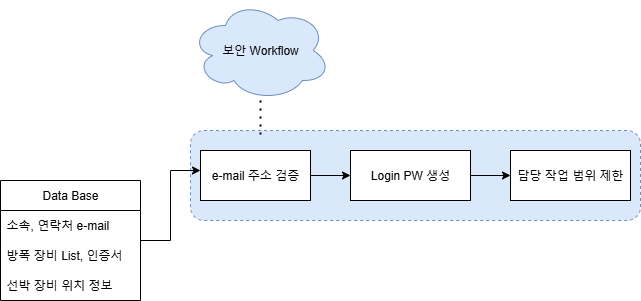
Above: workflow/1013.drawio.png in HD-Jinyeong/my_flask_app (draw.io), before the change. Source tidied: cells renumbered, new cells last; positions are measured from the earlier drawing's top-left corner, leaving out a move shared by most shapes. Its diagram source:
```xml
<mxGraphModel>
  <root>
    <mxCell id="0" />
    <mxCell id="1" parent="0" />
    <mxCell id="2" style="rounded=1;whiteSpace=wrap;html=1;fillColor=#dae8fc;strokeColor=#6c8ebf;dashed=1;" parent="1" vertex="1">
      <mxGeometry x="190" y="130" width="450" height="90" as="geometry" />
    </mxCell>
    <mxCell id="3" style="edgeStyle=orthogonalEdgeStyle;rounded=0;jettySize=auto;html=1;" parent="1" edge="1" source="4" target="6">
      <mxGeometry relative="1" as="geometry" />
    </mxCell>
    <mxCell id="4" value="e-mail 주소 검증" style="rounded=0;whiteSpace=wrap;html=1;" parent="1" vertex="1">
      <mxGeometry x="200" y="150" width="110" height="50" as="geometry" />
    </mxCell>
    <mxCell id="5" style="edgeStyle=orthogonalEdgeStyle;rounded=0;jettySize=auto;html=1;" parent="1" edge="1" source="6" target="7">
      <mxGeometry relative="1" as="geometry" />
    </mxCell>
    <mxCell id="6" value="Login PW 생성" style="whiteSpace=wrap;html=1;rounded=0;" parent="1" vertex="1">
      <mxGeometry x="350" y="150" width="120" height="50" as="geometry" />
    </mxCell>
    <mxCell id="7" value="담당 작업 범위 제한" style="whiteSpace=wrap;html=1;rounded=0;" parent="1" vertex="1">
      <mxGeometry x="510" y="150" width="120" height="50" as="geometry" />
    </mxCell>
    <mxCell id="8" value="보안 Workflow" style="ellipse;shape=cloud;whiteSpace=wrap;html=1;fillColor=#dae8fc;strokeColor=#6c8ebf;" parent="1" vertex="1">
      <mxGeometry x="190" width="140" height="100" as="geometry" />
    </mxCell>
    <mxCell id="9" style="endArrow=none;dashed=1;html=1;dashPattern=1 3;strokeWidth=2;rounded=0;" parent="1" edge="1" source="8">
      <mxGeometry relative="1" as="geometry">
        <mxPoint x="260" y="140" as="targetPoint" />
      </mxGeometry>
    </mxCell>
    <mxCell id="10" style="edgeStyle=orthogonalEdgeStyle;rounded=0;jettySize=auto;html=1;" parent="1" edge="1" source="11" target="4">
      <mxGeometry relative="1" as="geometry">
        <Array as="points">
          <mxPoint x="170" y="240" />
          <mxPoint x="170" y="170" />
        </Array>
      </mxGeometry>
    </mxCell>
    <mxCell id="11" value="Data Base" style="swimlane;fontStyle=0;horizontal=1;startSize=30;whiteSpace=wrap;html=1;" parent="1" vertex="1">
      <mxGeometry y="180" width="140" height="120" as="geometry" />
    </mxCell>
    <mxCell id="12" value="소속, 연락처 e-mail" style="text;strokeColor=none;fillColor=none;align=left;verticalAlign=middle;spacingLeft=4;spacingRight=4;overflow=hidden;points=[[0,0.5],[1,0.5]];portConstraint=eastwest;whiteSpace=wrap;html=1;" parent="11" vertex="1">
      <mxGeometry y="30" width="140" height="30" as="geometry" />
    </mxCell>
    <mxCell id="13" value="방폭 장비 List, 인증서" style="text;strokeColor=none;fillColor=none;align=left;verticalAlign=middle;spacingLeft=4;spacingRight=4;overflow=hidden;whiteSpace=wrap;html=1;" parent="11" vertex="1">
      <mxGeometry y="60" width="140" height="30" as="geometry" />
    </mxCell>
    <mxCell id="14" value="선박 장비 위치 정보" style="text;strokeColor=none;fillColor=none;align=left;verticalAlign=middle;spacingLeft=4;spacingRight=4;overflow=hidden;whiteSpace=wrap;html=1;" parent="11" vertex="1">
      <mxGeometry y="90" width="140" height="30" as="geometry" />
    </mxCell>
  </root>
</mxGraphModel>
```
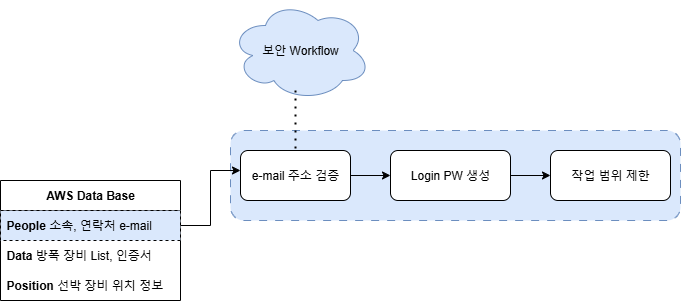
The same file after the commit.

The edit, as a diff of the source:
```diff
@@ -2,51 +2,51 @@
   <root>
     <mxCell id="0" />
     <mxCell id="1" parent="0" />
-    <mxCell id="2" style="rounded=1;whiteSpace=wrap;html=1;fillColor=#dae8fc;strokeColor=#6c8ebf;dashed=1;" parent="1" vertex="1">
+    <mxCell id="2" style="rounded=1;whiteSpace=wrap;html=1;fillColor=#dae8fc;strokeColor=#6c8ebf;dashed=1;dashPattern=8 8;" parent="1" vertex="1">
       <mxGeometry x="190" y="130" width="450" height="90" as="geometry" />
     </mxCell>
     <mxCell id="3" style="edgeStyle=orthogonalEdgeStyle;rounded=0;jettySize=auto;html=1;" parent="1" edge="1" source="4" target="6">
       <mxGeometry relative="1" as="geometry" />
     </mxCell>
-    <mxCell id="4" value="e-mail 주소 검증" style="rounded=0;whiteSpace=wrap;html=1;" parent="1" vertex="1">
+    <mxCell id="4" value="e-mail 주소 검증" style="rounded=1;whiteSpace=wrap;html=1;" parent="1" vertex="1">
       <mxGeometry x="200" y="150" width="110" height="50" as="geometry" />
     </mxCell>
     <mxCell id="5" style="edgeStyle=orthogonalEdgeStyle;rounded=0;jettySize=auto;html=1;" parent="1" edge="1" source="6" target="7">
       <mxGeometry relative="1" as="geometry" />
     </mxCell>
-    <mxCell id="6" value="Login PW 생성" style="whiteSpace=wrap;html=1;rounded=0;" parent="1" vertex="1">
+    <mxCell id="6" value="Login PW 생성" style="whiteSpace=wrap;html=1;rounded=1;" parent="1" vertex="1">
       <mxGeometry x="350" y="150" width="120" height="50" as="geometry" />
     </mxCell>
-    <mxCell id="7" value="담당 작업 범위 제한" style="whiteSpace=wrap;html=1;rounded=0;" parent="1" vertex="1">
+    <mxCell id="7" value="작업 범위 제한" style="whiteSpace=wrap;html=1;rounded=1;" parent="1" vertex="1">
       <mxGeometry x="510" y="150" width="120" height="50" as="geometry" />
     </mxCell>
     <mxCell id="8" value="보안 Workflow" style="ellipse;shape=cloud;whiteSpace=wrap;html=1;fillColor=#dae8fc;strokeColor=#6c8ebf;" parent="1" vertex="1">
       <mxGeometry x="190" width="140" height="100" as="geometry" />
     </mxCell>
-    <mxCell id="9" style="endArrow=none;dashed=1;html=1;dashPattern=1 3;strokeWidth=2;rounded=0;" parent="1" edge="1" source="8">
+    <mxCell id="9" style="endArrow=none;dashed=1;html=1;dashPattern=1 3;strokeWidth=2;rounded=0;entryX=0.5;entryY=0;entryDx=0;entryDy=0;" parent="1" edge="1" target="4">
       <mxGeometry relative="1" as="geometry">
-        <mxPoint x="260" y="140" as="targetPoint" />
+        <mxPoint x="255" y="90" as="sourcePoint" />
       </mxGeometry>
     </mxCell>
-    <mxCell id="10" style="edgeStyle=orthogonalEdgeStyle;rounded=0;jettySize=auto;html=1;" parent="1" edge="1" source="11" target="4">
+    <mxCell id="10" style="edgeStyle=orthogonalEdgeStyle;rounded=0;jettySize=auto;html=1;exitX=1;exitY=0.5;exitDx=0;exitDy=0;" parent="1" edge="1" source="12" target="4">
       <mxGeometry relative="1" as="geometry">
         <Array as="points">
-          <mxPoint x="170" y="240" />
+          <mxPoint x="170" y="225" />
           <mxPoint x="170" y="170" />
         </Array>
       </mxGeometry>
     </mxCell>
-    <mxCell id="11" value="Data Base" style="swimlane;fontStyle=0;horizontal=1;startSize=30;whiteSpace=wrap;html=1;" parent="1" vertex="1">
-      <mxGeometry y="180" width="140" height="120" as="geometry" />
+    <mxCell id="11" value="&lt;b&gt;AWS Data Base&lt;/b&gt;" style="swimlane;fontStyle=0;horizontal=1;startSize=30;whiteSpace=wrap;html=1;" parent="1" vertex="1">
+      <mxGeometry x="-40" y="180" width="180" height="120" as="geometry" />
     </mxCell>
-    <mxCell id="12" value="소속, 연락처 e-mail" style="text;strokeColor=none;fillColor=none;align=left;verticalAlign=middle;spacingLeft=4;spacingRight=4;overflow=hidden;points=[[0,0.5],[1,0.5]];portConstraint=eastwest;whiteSpace=wrap;html=1;" parent="11" vertex="1">
-      <mxGeometry y="30" width="140" height="30" as="geometry" />
+    <mxCell id="12" value="&lt;b&gt;People&lt;/b&gt; 소속, 연락처 e-mail" style="text;strokeColor=default;fillColor=#dae8fc;align=left;verticalAlign=middle;spacingLeft=4;spacingRight=4;overflow=hidden;points=[[0,0.5],[1,0.5]];portConstraint=eastwest;whiteSpace=wrap;html=1;perimeterSpacing=0;dashed=1;" parent="11" vertex="1">
+      <mxGeometry y="30" width="180" height="30" as="geometry" />
     </mxCell>
-    <mxCell id="13" value="방폭 장비 List, 인증서" style="text;strokeColor=none;fillColor=none;align=left;verticalAlign=middle;spacingLeft=4;spacingRight=4;overflow=hidden;whiteSpace=wrap;html=1;" parent="11" vertex="1">
-      <mxGeometry y="60" width="140" height="30" as="geometry" />
+    <mxCell id="13" value="&lt;b&gt;Data&lt;/b&gt; 방폭 장비 List, 인증서" style="text;align=left;verticalAlign=middle;spacingLeft=4;spacingRight=4;overflow=hidden;whiteSpace=wrap;html=1;" parent="11" vertex="1">
+      <mxGeometry y="60" width="180" height="30" as="geometry" />
     </mxCell>
-    <mxCell id="14" value="선박 장비 위치 정보" style="text;strokeColor=none;fillColor=none;align=left;verticalAlign=middle;spacingLeft=4;spacingRight=4;overflow=hidden;whiteSpace=wrap;html=1;" parent="11" vertex="1">
-      <mxGeometry y="90" width="140" height="30" as="geometry" />
+    <mxCell id="14" value="&lt;b&gt;Position&lt;/b&gt; 선박 장비 위치 정보" style="text;strokeColor=none;fillColor=none;align=left;verticalAlign=middle;spacingLeft=4;spacingRight=4;overflow=hidden;whiteSpace=wrap;html=1;" parent="11" vertex="1">
+      <mxGeometry y="90" width="180" height="30" as="geometry" />
     </mxCell>
   </root>
 </mxGraphModel>
```
